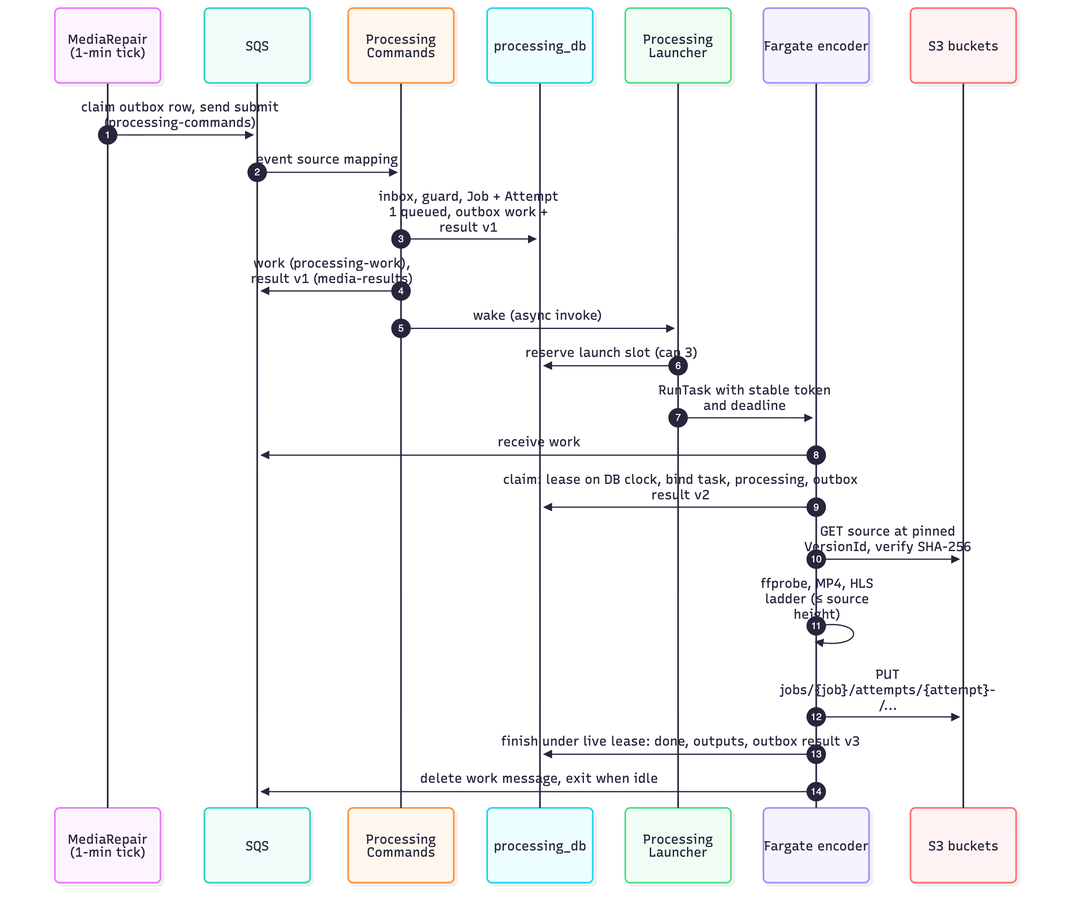
The Mermaid diagram project-documentation/final-report/figures/report-seq-encode.png in Collaboration95/dc2, before a commit. Its source is kept beside it as project-documentation/final-report/figures/src/report-seq-encode.mmd.
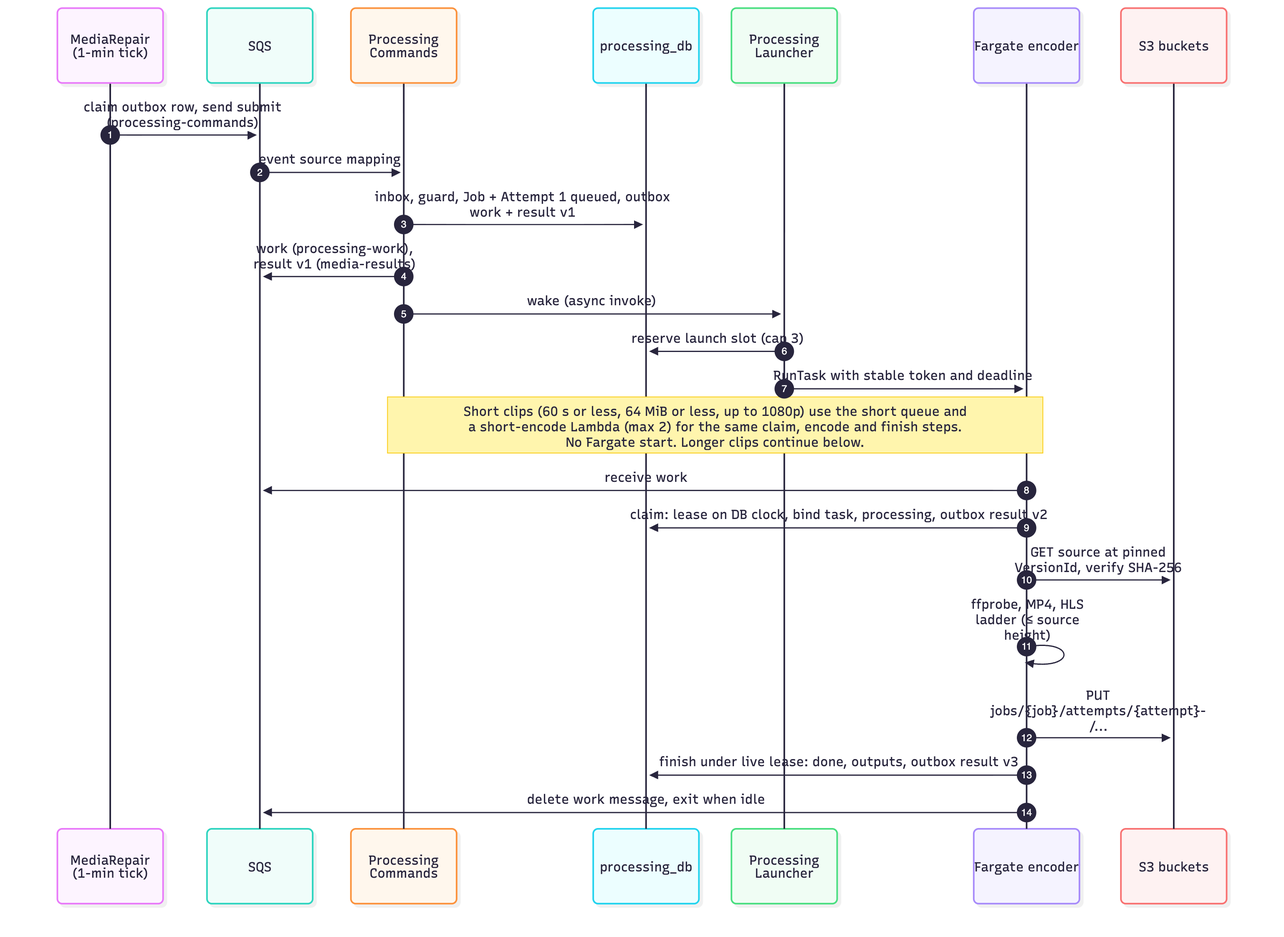
After the change.

Change to the diagram source:
```diff
@@ -15,6 +15,7 @@
   PC->>L: wake (async invoke)
   L->>PDB: reserve launch slot (cap 3)
   L->>E: RunTask with stable token and deadline
+  Note over PC,E: Short clips (60 s or less, 64 MiB or less, up to 1080p) use the short queue and<br/>a short-encode Lambda (max 2) for the same claim, encode and finish steps.<br/>No Fargate start. Longer clips continue below.
   E->>Q: receive work
   E->>PDB: claim: lease on DB clock, bind task, processing, outbox result v2
   E->>S: GET source at pinned VersionId, verify SHA-256
```
